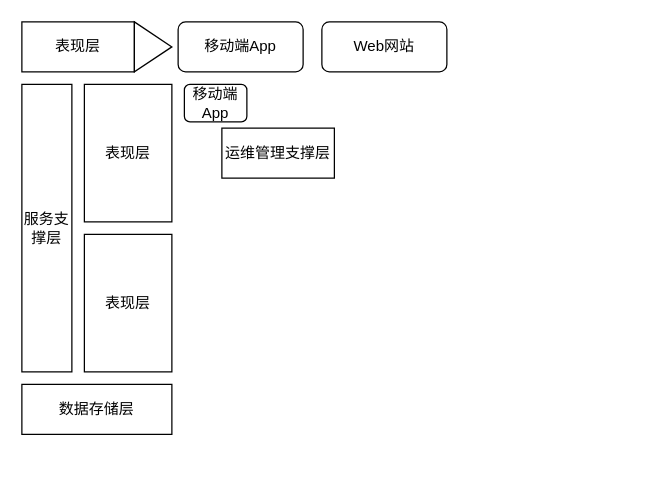
Earlier version of the draw.io diagram TCL_Architecture.drawio (1009351456/Anonymous). Source tidied: cells renumbered, new cells numbered last; positions are measured from the earlier drawing's top-left corner, leaving out a move shared by most shapes. Both pictures are drawn from the tidied source at 125%, with x=0, y=0 at pixel (21, 21).
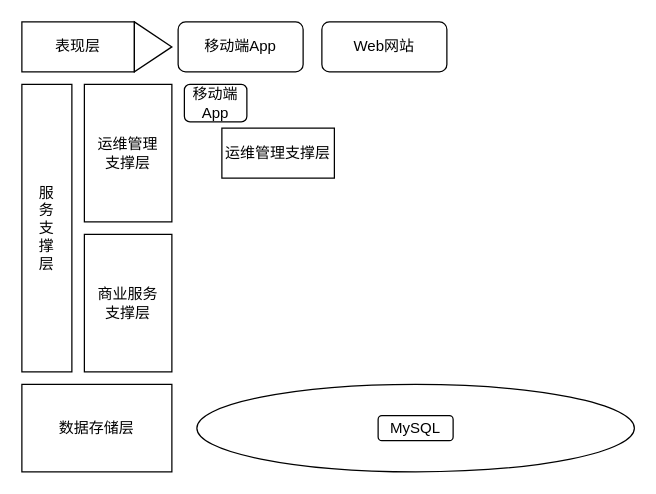
The same page after the edit.

Change to the diagram source:
```diff
@@
 <mxGraphModel>
   <root>
     <mxCell id="0" />
     <mxCell id="1" parent="0" />
     <mxCell id="2" value="表现层" style="rounded=0;whiteSpace=wrap;html=1;" parent="1" vertex="1">
       <mxGeometry width="90" height="40" as="geometry" />
     </mxCell>
-    <mxCell id="3" value="服务支撑层" style="rounded=0;whiteSpace=wrap;html=1;" parent="1" vertex="1">
+    <mxCell id="3" value="服&lt;br&gt;务&lt;br&gt;支&lt;br&gt;撑&lt;br&gt;层" style="rounded=0;whiteSpace=wrap;html=1;" parent="1" vertex="1">
       <mxGeometry y="50" width="40" height="230" as="geometry" />
     </mxCell>
     <mxCell id="4" value="运维管理支撑层" style="rounded=0;whiteSpace=wrap;html=1;" parent="1" vertex="1">
       <mxGeometry x="160" y="85" width="90" height="40" as="geometry" />
     </mxCell>
     <mxCell id="5" value="数据存储层" style="rounded=0;whiteSpace=wrap;html=1;" parent="1" vertex="1">
-      <mxGeometry y="290" width="120" height="40" as="geometry" />
+      <mxGeometry y="290" width="120" height="70" as="geometry" />
     </mxCell>
     <mxCell id="6" style="triangle;whiteSpace=wrap;html=1;" parent="1" vertex="1">
       <mxGeometry x="90" width="30" height="40" as="geometry" />
     </mxCell>
     <mxCell id="7" value="移动端App" style="rounded=1;whiteSpace=wrap;html=1;" parent="1" vertex="1">
       <mxGeometry x="125" width="100" height="40" as="geometry" />
     </mxCell>
     <mxCell id="8" value="Web网站" style="rounded=1;whiteSpace=wrap;html=1;" parent="1" vertex="1">
       <mxGeometry x="240" width="100" height="40" as="geometry" />
     </mxCell>
-    <mxCell id="9" value="表现层" style="rounded=0;whiteSpace=wrap;html=1;" parent="1" vertex="1">
+    <mxCell id="9" value="运维管理&lt;br&gt;支撑层" style="rounded=0;whiteSpace=wrap;html=1;" parent="1" vertex="1">
       <mxGeometry x="50" y="50" width="70" height="110" as="geometry" />
     </mxCell>
-    <mxCell id="10" value="表现层" style="rounded=0;whiteSpace=wrap;html=1;" parent="1" vertex="1">
+    <mxCell id="10" value="商业服务&lt;br&gt;支撑层" style="rounded=0;whiteSpace=wrap;html=1;" parent="1" vertex="1">
       <mxGeometry x="50" y="170" width="70" height="110" as="geometry" />
     </mxCell>
     <mxCell id="11" value="移动端App" style="rounded=1;whiteSpace=wrap;html=1;" parent="1" vertex="1">
       <mxGeometry x="130" y="50" width="50" height="30" as="geometry" />
     </mxCell>
+    <mxCell id="12" style="ellipse;whiteSpace=wrap;html=1;" parent="1" vertex="1">
+      <mxGeometry x="140" y="290" width="350" height="70" as="geometry" />
+    </mxCell>
+    <mxCell id="13" value="MySQL" style="rounded=1;whiteSpace=wrap;html=1;" parent="1" vertex="1">
+      <mxGeometry x="285" y="315" width="60" height="20" as="geometry" />
+    </mxCell>
   </root>
 </mxGraphModel>
```
